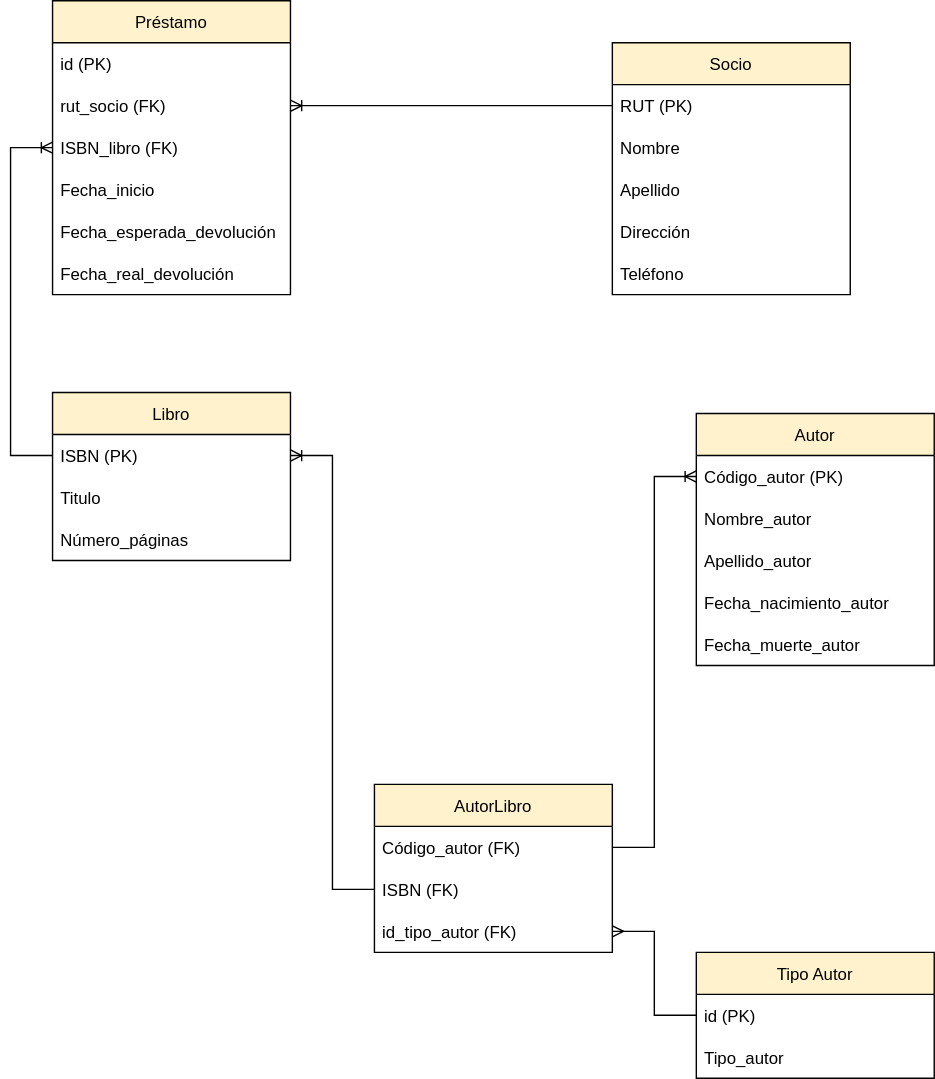
This is Biblioteca1-2-3.drawio.svg from KarQuis/M5---Prueba, a draw.io export, as it was before one commit. Source tidied: cells renumbered, new cells last; positions are measured from the earlier drawing's top-left corner, leaving out a move shared by most shapes.
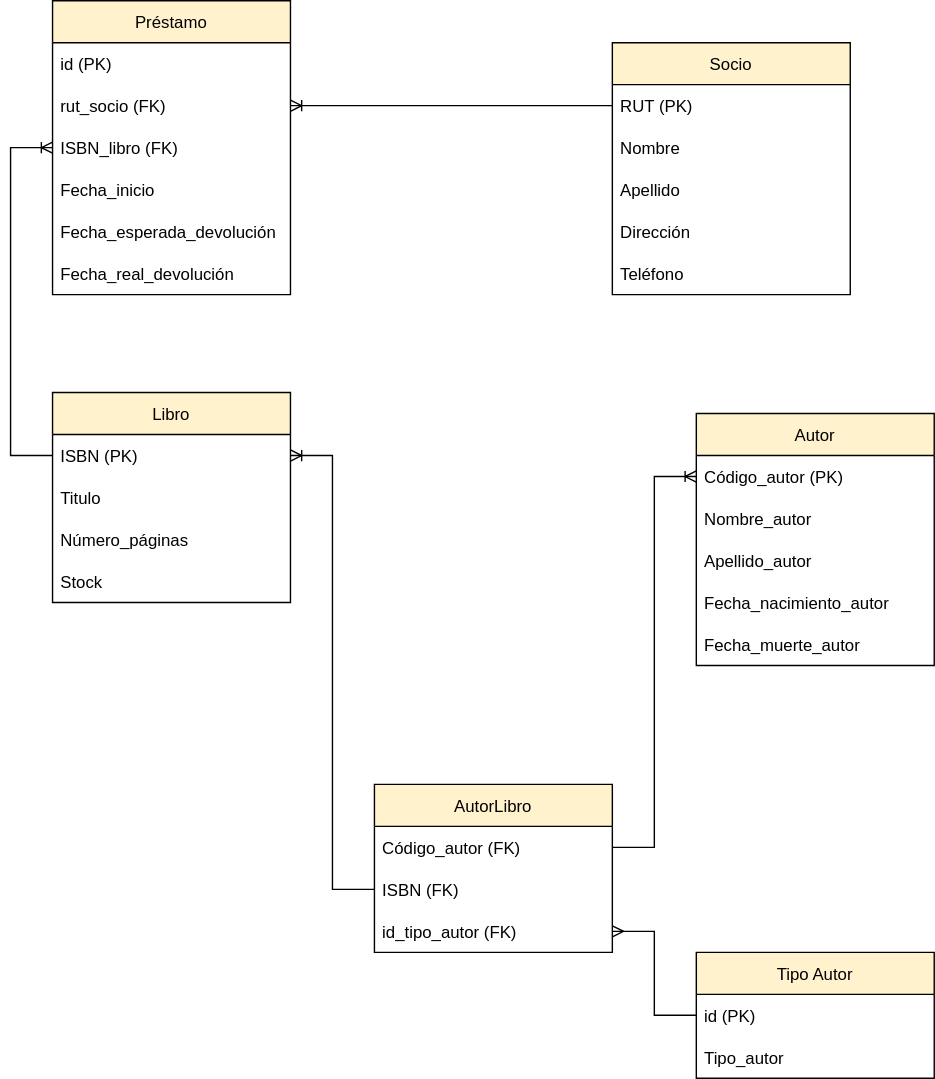
The same diagram one commit later.

Commit message:
Modelo Logico - 3FN - Biblioteca

Change to the diagram source:
```diff
@@ -42,7 +42,7 @@
       <mxGeometry y="150" width="170" height="30" as="geometry" />
     </mxCell>
     <mxCell id="15" value="Libro" style="swimlane;fontStyle=0;horizontal=1;startSize=30;fillColor=#FFF2CC;" parent="1" vertex="1">
-      <mxGeometry x="30" y="280" width="170" height="120" as="geometry" />
+      <mxGeometry x="30" y="280" width="170" height="150" as="geometry" />
     </mxCell>
     <mxCell id="16" value="ISBN (PK)" style="text;strokeColor=none;fillColor=none;align=left;verticalAlign=middle;spacingLeft=4;spacingRight=4;overflow=hidden;points=[[0,0.5],[1,0.5]];portConstraint=eastwest;" parent="15" vertex="1">
       <mxGeometry y="30" width="170" height="30" as="geometry" />
@@ -53,6 +53,9 @@
     <mxCell id="18" value="Número_páginas" style="text;strokeColor=none;fillColor=none;align=left;verticalAlign=middle;spacingLeft=4;spacingRight=4;overflow=hidden;" parent="15" vertex="1">
       <mxGeometry y="90" width="170" height="30" as="geometry" />
     </mxCell>
+    <mxCell id="37" value="Stock" style="text;strokeColor=none;fillColor=none;align=left;verticalAlign=middle;spacingLeft=4;spacingRight=4;overflow=hidden;" parent="15" vertex="1">
+      <mxGeometry y="120" width="170" height="30" as="geometry" />
+    </mxCell>
     <mxCell id="19" style="edgeStyle=entityRelationEdgeStyle;fontSize=12;html=1;endArrow=ERoneToMany;rounded=0;exitX=0;exitY=0.5;exitDx=0;exitDy=0;entryX=1;entryY=0.5;entryDx=0;entryDy=0;" parent="1" edge="1" source="10" target="4">
       <mxGeometry relative="1" as="geometry" />
     </mxCell>
```
